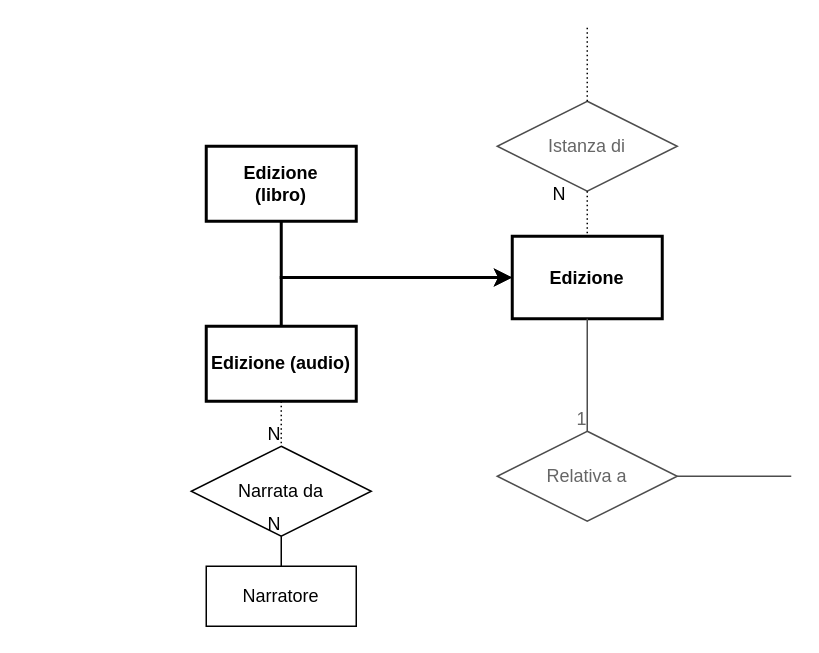
The draw.io diagram img/Gerarchia2.drawio in Steffo99/unimore-bdd-2020-alexandria, before the edit. Source tidied: cells renumbered, new cells numbered last; positions are measured from the earlier drawing's top-left corner, leaving out a move shared by most shapes. Both pictures are drawn from the tidied source at 150%, with x=0, y=0 at pixel (190, 26).
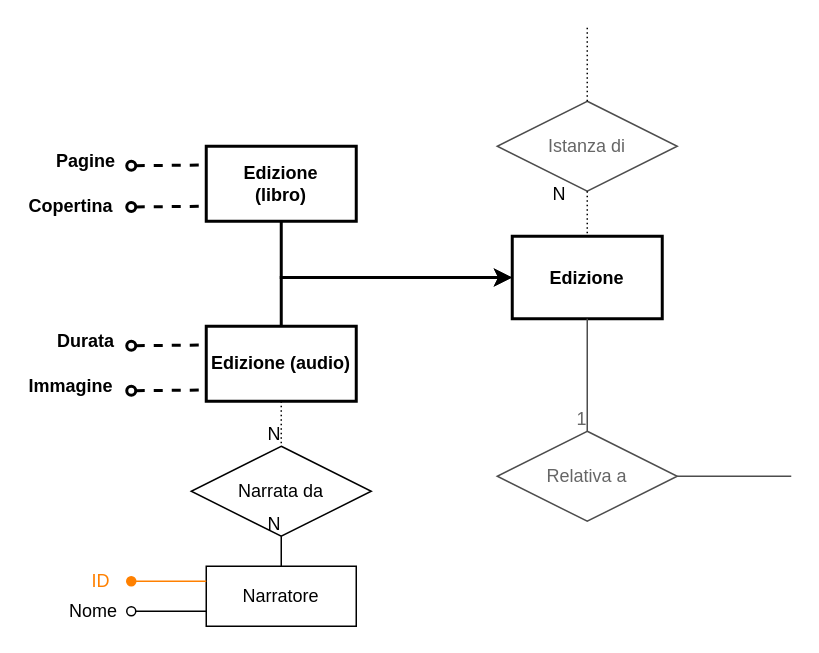
Above is the later version.

Commit message:
Update Gerarchia2.drawio (ecco appunto)

The change refers to these unchanged cells:
```xml
<mxCell id="3" value="Narratore" style="whiteSpace=wrap;html=1;align=center;" parent="1" vertex="1">
  <mxGeometry x="10" y="360" width="100" height="40" as="geometry" />
</mxCell>
<mxCell id="9" value="&lt;div&gt;Edizione&lt;br&gt;&lt;/div&gt;&lt;div&gt;(libro)&lt;/div&gt;" style="whiteSpace=wrap;html=1;align=center;strokeWidth=2;fontStyle=1;" parent="1" vertex="1">
  <mxGeometry x="10" y="80" width="100" height="50" as="geometry" />
</mxCell>
```

Diff of the diagram source:
```diff
@@
+    <mxCell id="21" style="endArrow=none;dashed=1;html=1;startArrow=oval;startFill=0;entryX=0;entryY=0.25;entryDx=0;entryDy=0;strokeWidth=2;" parent="1" edge="1" target="9">
+      <mxGeometry relative="1" as="geometry">
+        <mxPoint x="-40" y="93" as="sourcePoint" />
+      </mxGeometry>
+    </mxCell>
+    <mxCell id="22" value="&lt;b&gt;Pagine&lt;/b&gt;" style="text;html=1;strokeColor=none;fillColor=none;align=center;verticalAlign=middle;whiteSpace=wrap;rounded=0;strokeWidth=2;" parent="1" vertex="1">
+      <mxGeometry x="-90" y="80" width="40" height="20" as="geometry" />
+    </mxCell>
+    <mxCell id="23" style="endArrow=none;dashed=1;html=1;startArrow=oval;startFill=0;entryX=0;entryY=0.25;entryDx=0;entryDy=0;strokeWidth=2;" parent="1" edge="1">
+      <mxGeometry relative="1" as="geometry">
+        <mxPoint x="-40" y="120.5" as="sourcePoint" />
+        <mxPoint x="10" y="120" as="targetPoint" />
+      </mxGeometry>
+    </mxCell>
+    <mxCell id="24" value="&lt;b&gt;Copertina&lt;/b&gt;" style="text;html=1;strokeColor=none;fillColor=none;align=center;verticalAlign=middle;whiteSpace=wrap;rounded=0;strokeWidth=2;" parent="1" vertex="1">
+      <mxGeometry x="-110" y="110" width="60" height="20" as="geometry" />
+    </mxCell>
+    <mxCell id="25" style="endArrow=none;dashed=1;html=1;startArrow=oval;startFill=0;entryX=0;entryY=0.25;entryDx=0;entryDy=0;strokeWidth=2;" parent="1" edge="1">
+      <mxGeometry relative="1" as="geometry">
+        <mxPoint x="-40" y="213" as="sourcePoint" />
+        <mxPoint x="10" y="212.5" as="targetPoint" />
+      </mxGeometry>
+    </mxCell>
+    <mxCell id="26" value="&lt;b&gt;Durata&lt;/b&gt;" style="text;html=1;strokeColor=none;fillColor=none;align=center;verticalAlign=middle;whiteSpace=wrap;rounded=0;strokeWidth=2;" parent="1" vertex="1">
+      <mxGeometry x="-90" y="200" width="40" height="20" as="geometry" />
+    </mxCell>
+    <mxCell id="27" style="endArrow=none;dashed=1;html=1;startArrow=oval;startFill=0;entryX=0;entryY=0.25;entryDx=0;entryDy=0;strokeWidth=2;" parent="1" edge="1">
+      <mxGeometry relative="1" as="geometry">
+        <mxPoint x="-40" y="243" as="sourcePoint" />
+        <mxPoint x="10" y="242.5" as="targetPoint" />
+      </mxGeometry>
+    </mxCell>
+    <mxCell id="28" value="&lt;b&gt;Immagine&lt;/b&gt;" style="text;html=1;strokeColor=none;fillColor=none;align=center;verticalAlign=middle;whiteSpace=wrap;rounded=0;strokeWidth=2;" parent="1" vertex="1">
+      <mxGeometry x="-110" y="230" width="60" height="20" as="geometry" />
+    </mxCell>
+    <mxCell id="29" style="endArrow=none;html=1;strokeWidth=1;entryX=0;entryY=0.25;entryDx=0;entryDy=0;startArrow=oval;startFill=1;strokeColor=#FF8000;" parent="1" edge="1" target="3">
+      <mxGeometry relative="1" as="geometry">
+        <mxPoint x="-40" y="370" as="sourcePoint" />
+      </mxGeometry>
+    </mxCell>
+    <mxCell id="30" value="&lt;font color=&quot;#FF8000&quot;&gt;ID&lt;/font&gt;" style="text;html=1;strokeColor=none;fillColor=none;align=center;verticalAlign=middle;whiteSpace=wrap;rounded=0;" parent="1" vertex="1">
+      <mxGeometry x="-80" y="360" width="40" height="20" as="geometry" />
+    </mxCell>
+    <mxCell id="31" style="endArrow=none;html=1;strokeWidth=1;entryX=0;entryY=0.25;entryDx=0;entryDy=0;startArrow=oval;startFill=0;" parent="1" edge="1">
+      <mxGeometry relative="1" as="geometry">
+        <mxPoint x="-40" y="390" as="sourcePoint" />
+        <mxPoint x="10" y="390" as="targetPoint" />
+      </mxGeometry>
+    </mxCell>
+    <mxCell id="32" value="Nome" style="text;html=1;strokeColor=none;fillColor=none;align=center;verticalAlign=middle;whiteSpace=wrap;rounded=0;" parent="1" vertex="1">
+      <mxGeometry x="-90" y="380" width="50" height="20" as="geometry" />
+    </mxCell>
```
